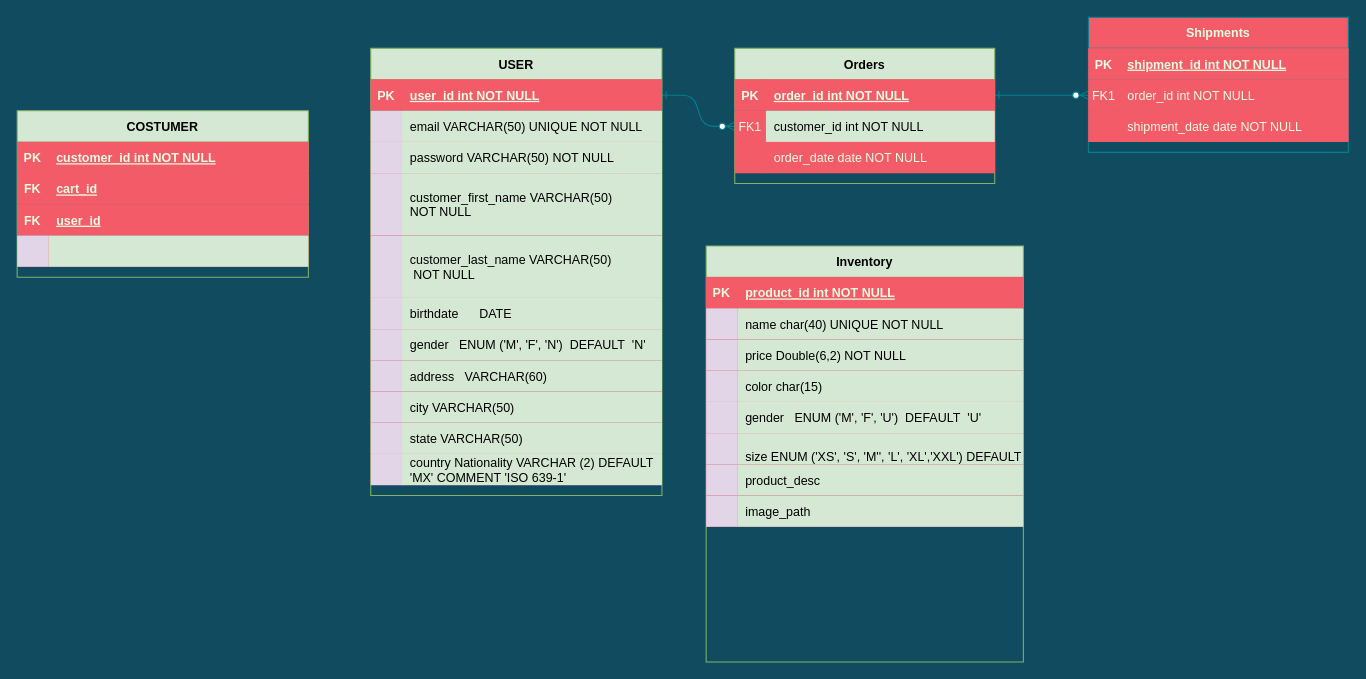
Above: Untitled Diagram.drawio in UTCh-BIS-Team/Entity-Relationship-Model (draw.io), before the change. Source tidied: cells renumbered, new cells numbered last; positions are measured from the earlier drawing's top-left corner, leaving out a move shared by most shapes. Both pictures are drawn from the tidied source at 104%, with x=0, y=0 at pixel (17, 17).
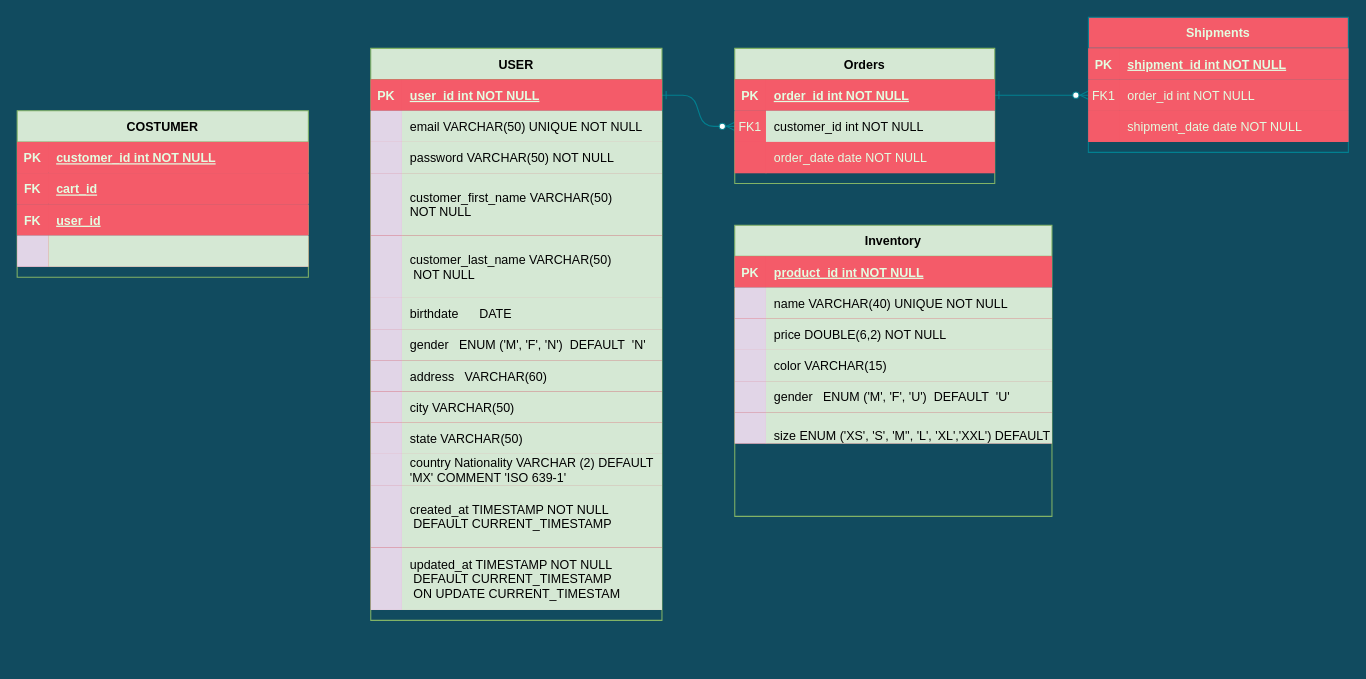
After the change.

Unchanged cells that the change refers to:
```xml
<mxCell id="75" style="shape=partialRectangle;fillColor=#F45B69;top=0;left=0;right=0;bottom=0;strokeColor=#028090;fontColor=#E4FDE1;" parent="71" vertex="1">
  <mxGeometry y="60" width="305" height="30" as="geometry" />
</mxCell>
<mxCell id="78" style="shape=partialRectangle;fillColor=#F45B69;top=0;left=0;right=0;bottom=0;strokeColor=#028090;fontColor=#E4FDE1;" parent="71" vertex="1">
  <mxGeometry y="90" width="305" height="30" as="geometry" />
</mxCell>
<mxCell id="81" style="shape=partialRectangle;fillColor=#F45B69;top=0;left=0;right=0;bottom=0;strokeColor=#028090;fontColor=#E4FDE1;" parent="71" vertex="1">
  <mxGeometry y="120" width="305" height="30" as="geometry" />
</mxCell>
```

Change to the diagram source:
```diff
@@
     <mxCell id="14" value="USER" style="shape=table;startSize=30;childLayout=tableLayout;rowLines=0;fontStyle=1;align=center;fillColor=#d5e8d4;strokeColor=#82b366;" parent="1" vertex="1">
-      <mxGeometry x="340" y="30" width="280" height="430" as="geometry" />
+      <mxGeometry x="340" y="30" width="280" height="550" as="geometry" />
     </mxCell>
@@
+    <mxCell id="96" style="shape=partialRectangle;fillColor=#F45B69;top=0;left=0;right=0;bottom=0;strokeColor=#028090;fontColor=#E4FDE1;" parent="14" vertex="1">
+      <mxGeometry y="420" width="280" height="60" as="geometry" />
+    </mxCell>
+    <mxCell id="97" style="shape=partialRectangle;overflow=hidden;fillColor=#e1d5e7;top=0;left=0;bottom=0;right=0;strokeColor=#9673a6;" parent="96" vertex="1">
+      <mxGeometry width="30" height="60" as="geometry" />
+    </mxCell>
+    <mxCell id="98" value="created_at TIMESTAMP NOT NULL&#10; DEFAULT CURRENT_TIMESTAMP" style="shape=partialRectangle;overflow=hidden;fillColor=#d5e8d4;top=0;left=0;bottom=0;right=0;align=left;spacingLeft=6;strokeColor=#82b366;shadow=0;sketch=0;" parent="96" vertex="1">
+      <mxGeometry x="30" width="250" height="60" as="geometry" />
+    </mxCell>
+    <mxCell id="99" style="shape=partialRectangle;fillColor=#F45B69;top=0;left=0;right=0;bottom=0;strokeColor=#028090;fontColor=#E4FDE1;" parent="14" vertex="1">
+      <mxGeometry y="480" width="280" height="60" as="geometry" />
+    </mxCell>
+    <mxCell id="100" style="shape=partialRectangle;overflow=hidden;fillColor=#e1d5e7;top=0;left=0;bottom=0;right=0;strokeColor=#9673a6;" parent="99" vertex="1">
+      <mxGeometry width="30" height="60" as="geometry" />
+    </mxCell>
+    <mxCell id="101" value="updated_at TIMESTAMP NOT NULL&#10; DEFAULT CURRENT_TIMESTAMP&#10; ON UPDATE CURRENT_TIMESTAM" style="shape=partialRectangle;overflow=hidden;fillColor=#d5e8d4;top=0;left=0;bottom=0;right=0;align=left;spacingLeft=6;strokeColor=#82b366;shadow=0;sketch=0;" parent="99" vertex="1">
+      <mxGeometry x="30" width="250" height="60" as="geometry" />
+    </mxCell>
@@
     <mxCell id="71" value="Inventory" style="shape=table;startSize=30;childLayout=tableLayout;rowLines=0;fontStyle=1;align=center;fillColor=#d5e8d4;strokeColor=#82b366;" parent="1" vertex="1">
-      <mxGeometry x="662.5" y="220" width="305" height="400" as="geometry" />
+      <mxGeometry x="690" y="200" width="305" height="280" as="geometry" />
     </mxCell>
@@
-    <mxCell id="77" value="name char(40) UNIQUE NOT NULL" style="shape=partialRectangle;overflow=hidden;fillColor=#d5e8d4;top=0;left=0;bottom=0;right=0;align=left;spacingLeft=6;strokeColor=#82b366;shadow=0;sketch=0;" parent="75" vertex="1">
+    <mxCell id="77" value="name VARCHAR(40) UNIQUE NOT NULL" style="shape=partialRectangle;overflow=hidden;fillColor=#d5e8d4;top=0;left=0;bottom=0;right=0;align=left;spacingLeft=6;strokeColor=#82b366;shadow=0;sketch=0;" parent="75" vertex="1">
       <mxGeometry x="30" width="275" height="30" as="geometry" />
     </mxCell>
@@
-    <mxCell id="80" value="price Double(6,2) NOT NULL" style="shape=partialRectangle;overflow=hidden;fillColor=#d5e8d4;top=0;left=0;bottom=0;right=0;align=left;spacingLeft=6;strokeColor=#82b366;shadow=0;sketch=0;" parent="78" vertex="1">
+    <mxCell id="80" value="price DOUBLE(6,2) NOT NULL" style="shape=partialRectangle;overflow=hidden;fillColor=#d5e8d4;top=0;left=0;bottom=0;right=0;align=left;spacingLeft=6;strokeColor=#82b366;shadow=0;sketch=0;" parent="78" vertex="1">
       <mxGeometry x="30" width="275" height="30" as="geometry" />
     </mxCell>
@@
-    <mxCell id="83" value="color char(15)" style="shape=partialRectangle;overflow=hidden;fillColor=#d5e8d4;top=0;left=0;bottom=0;right=0;align=left;spacingLeft=6;strokeColor=#82b366;shadow=0;sketch=0;" parent="81" vertex="1">
+    <mxCell id="83" value="color VARCHAR(15)" style="shape=partialRectangle;overflow=hidden;fillColor=#d5e8d4;top=0;left=0;bottom=0;right=0;align=left;spacingLeft=6;strokeColor=#82b366;shadow=0;sketch=0;" parent="81" vertex="1">
       <mxGeometry x="30" width="275" height="30" as="geometry" />
     </mxCell>
@@
-    <mxCell id="90" style="shape=partialRectangle;fillColor=#F45B69;top=0;left=0;right=0;bottom=0;strokeColor=#028090;fontColor=#E4FDE1;" parent="71" vertex="1">
-      <mxGeometry y="210" width="305" height="30" as="geometry" />
-    </mxCell>
-    <mxCell id="91" style="shape=partialRectangle;overflow=hidden;fillColor=#e1d5e7;top=0;left=0;bottom=0;right=0;strokeColor=#9673a6;" parent="90" vertex="1">
-      <mxGeometry width="30" height="30" as="geometry" />
-    </mxCell>
-    <mxCell id="92" value="product_desc" style="shape=partialRectangle;overflow=hidden;fillColor=#d5e8d4;top=0;left=0;bottom=0;right=0;align=left;spacingLeft=6;strokeColor=#82b366;shadow=0;sketch=0;" parent="90" vertex="1">
-      <mxGeometry x="30" width="275" height="30" as="geometry" />
-    </mxCell>
-    <mxCell id="93" style="shape=partialRectangle;fillColor=#F45B69;top=0;left=0;right=0;bottom=0;strokeColor=#028090;fontColor=#E4FDE1;" parent="71" vertex="1">
-      <mxGeometry y="240" width="305" height="30" as="geometry" />
-    </mxCell>
-    <mxCell id="94" style="shape=partialRectangle;overflow=hidden;fillColor=#e1d5e7;top=0;left=0;bottom=0;right=0;strokeColor=#9673a6;" parent="93" vertex="1">
-      <mxGeometry width="30" height="30" as="geometry" />
-    </mxCell>
-    <mxCell id="95" value="image_path" style="shape=partialRectangle;overflow=hidden;fillColor=#d5e8d4;top=0;left=0;bottom=0;right=0;align=left;spacingLeft=6;strokeColor=#82b366;shadow=0;sketch=0;" parent="93" vertex="1">
-      <mxGeometry x="30" width="275" height="30" as="geometry" />
-    </mxCell>
```
